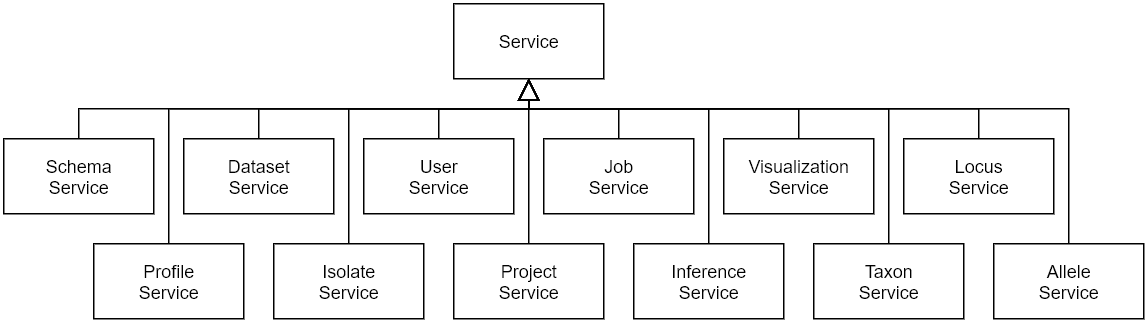
The draw.io diagram wiki/images/phylodb-generalization-services.png in phyloviz/phyloDB, before a commit. Source tidied: cells renumbered, new cells last; positions are measured from the earlier drawing's top-left corner, leaving out a move shared by most shapes.
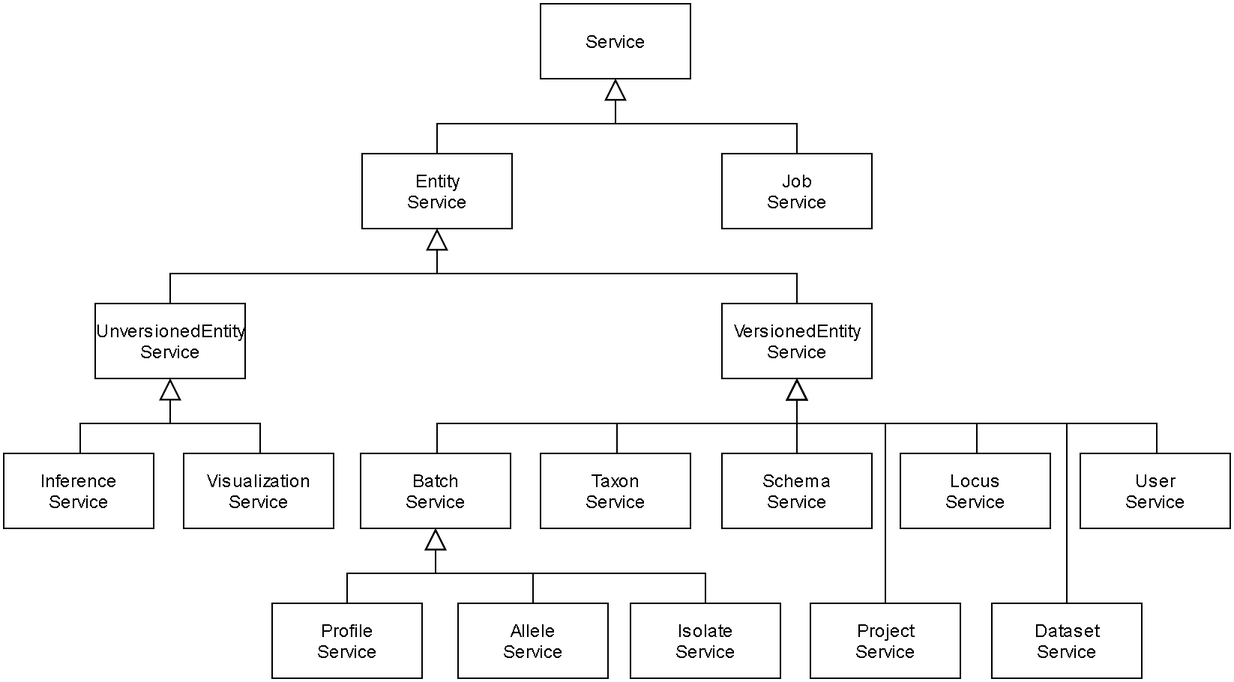
After the change.

Commit message:
Update phylodb-generalization-services png documentation image

Change to the diagram source:
```diff
@@ -3,124 +3,165 @@
     <mxCell id="0" />
     <mxCell id="1" parent="0" />
     <mxCell id="2" value="Service" style="html=1;" parent="1" vertex="1">
-      <mxGeometry x="300" width="100" height="50" as="geometry" />
+      <mxGeometry x="329" y="-200" width="100" height="50" as="geometry" />
     </mxCell>
-    <mxCell id="3" style="edgeStyle=orthogonalEdgeStyle;rounded=0;jettySize=auto;html=1;exitX=0.5;exitY=0;exitDx=0;exitDy=0;entryX=0.5;entryY=1;entryDx=0;entryDy=0;endArrow=block;endFill=0;endSize=12;" parent="1" edge="1" source="4" target="2">
-      <mxGeometry relative="1" as="geometry" />
-    </mxCell>
-    <mxCell id="4" value="User&lt;br&gt;Service" style="html=1;" parent="1" vertex="1">
-      <mxGeometry x="240" y="90" width="100" height="50" as="geometry" />
-    </mxCell>
-    <mxCell id="5" style="edgeStyle=orthogonalEdgeStyle;rounded=0;jettySize=auto;html=1;exitX=0.5;exitY=0;exitDx=0;exitDy=0;entryX=0.5;entryY=1;entryDx=0;entryDy=0;endArrow=block;endFill=0;endSize=12;" parent="1" edge="1" source="6" target="2">
-      <mxGeometry relative="1" as="geometry" />
-    </mxCell>
-    <mxCell id="6" value="Project&lt;br&gt;Service" style="html=1;" parent="1" vertex="1">
-      <mxGeometry x="300" y="160" width="100" height="50" as="geometry" />
-    </mxCell>
-    <mxCell id="7" style="edgeStyle=orthogonalEdgeStyle;rounded=0;jettySize=auto;html=1;exitX=0.5;exitY=0;exitDx=0;exitDy=0;entryX=0.5;entryY=1;entryDx=0;entryDy=0;endArrow=block;endFill=0;endSize=12;" parent="1" edge="1" source="8" target="2">
-      <mxGeometry relative="1" as="geometry">
-        <Array as="points">
-          <mxPoint x="590" y="70" />
-          <mxPoint x="350" y="70" />
-        </Array>
-      </mxGeometry>
-    </mxCell>
-    <mxCell id="8" value="Taxon&lt;br&gt;Service" style="html=1;" parent="1" vertex="1">
-      <mxGeometry x="540" y="160" width="100" height="50" as="geometry" />
-    </mxCell>
-    <mxCell id="9" style="edgeStyle=orthogonalEdgeStyle;rounded=0;jettySize=auto;html=1;exitX=0.5;exitY=0;exitDx=0;exitDy=0;entryX=0.5;entryY=1;entryDx=0;entryDy=0;endArrow=block;endFill=0;endSize=12;" parent="1" edge="1" source="10" target="2">
-      <mxGeometry relative="1" as="geometry">
-        <Array as="points">
-          <mxPoint x="650" y="70" />
-          <mxPoint x="350" y="70" />
-        </Array>
-      </mxGeometry>
-    </mxCell>
-    <mxCell id="10" value="Locus&lt;br&gt;Service" style="html=1;" parent="1" vertex="1">
-      <mxGeometry x="600" y="90" width="100" height="50" as="geometry" />
-    </mxCell>
-    <mxCell id="11" style="edgeStyle=orthogonalEdgeStyle;rounded=0;jettySize=auto;html=1;exitX=0.5;exitY=0;exitDx=0;exitDy=0;entryX=0.5;entryY=1;entryDx=0;entryDy=0;endArrow=block;endFill=0;endSize=12;" parent="1" edge="1" source="12" target="2">
-      <mxGeometry relative="1" as="geometry">
-        <Array as="points">
-          <mxPoint x="110" y="70" />
-          <mxPoint x="350" y="70" />
-        </Array>
-      </mxGeometry>
-    </mxCell>
-    <mxCell id="12" value="Profile&lt;br&gt;Service" style="html=1;" parent="1" vertex="1">
-      <mxGeometry x="60" y="160" width="100" height="50" as="geometry" />
-    </mxCell>
-    <mxCell id="13" style="edgeStyle=orthogonalEdgeStyle;rounded=0;jettySize=auto;html=1;exitX=0.5;exitY=0;exitDx=0;exitDy=0;entryX=0.5;entryY=1;entryDx=0;entryDy=0;endArrow=block;endFill=0;endSize=12;" parent="1" edge="1" source="14" target="2">
-      <mxGeometry relative="1" as="geometry">
-        <Array as="points">
-          <mxPoint x="170" y="70" />
-          <mxPoint x="350" y="70" />
-        </Array>
-      </mxGeometry>
-    </mxCell>
-    <mxCell id="14" value="Dataset&lt;br&gt;Service" style="html=1;" parent="1" vertex="1">
-      <mxGeometry x="120" y="90" width="100" height="50" as="geometry" />
-    </mxCell>
-    <mxCell id="15" style="edgeStyle=orthogonalEdgeStyle;rounded=0;jettySize=auto;html=1;exitX=0.5;exitY=0;exitDx=0;exitDy=0;entryX=0.5;entryY=1;entryDx=0;entryDy=0;endArrow=block;endFill=0;endSize=12;" parent="1" edge="1" source="16" target="2">
-      <mxGeometry relative="1" as="geometry">
-        <Array as="points">
-          <mxPoint x="50" y="70" />
-          <mxPoint x="350" y="70" />
-        </Array>
-      </mxGeometry>
-    </mxCell>
-    <mxCell id="16" value="Schema&lt;br&gt;Service" style="html=1;" parent="1" vertex="1">
-      <mxGeometry y="90" width="100" height="50" as="geometry" />
-    </mxCell>
-    <mxCell id="17" style="edgeStyle=orthogonalEdgeStyle;rounded=0;jettySize=auto;html=1;exitX=0.5;exitY=0;exitDx=0;exitDy=0;entryX=0.5;entryY=1;entryDx=0;entryDy=0;endArrow=block;endFill=0;endSize=12;" parent="1" edge="1" source="18" target="2">
-      <mxGeometry relative="1" as="geometry">
-        <Array as="points">
-          <mxPoint x="710" y="70" />
-          <mxPoint x="350" y="70" />
-        </Array>
-      </mxGeometry>
-    </mxCell>
-    <mxCell id="18" value="Allele&lt;br&gt;Service" style="html=1;" parent="1" vertex="1">
-      <mxGeometry x="660" y="160" width="100" height="50" as="geometry" />
-    </mxCell>
-    <mxCell id="19" style="edgeStyle=orthogonalEdgeStyle;rounded=0;jettySize=auto;html=1;exitX=0.5;exitY=0;exitDx=0;exitDy=0;entryX=0.5;entryY=1;entryDx=0;entryDy=0;endArrow=block;endFill=0;endSize=12;" parent="1" edge="1" source="20" target="2">
-      <mxGeometry relative="1" as="geometry">
-        <Array as="points">
-          <mxPoint x="230" y="70" />
-          <mxPoint x="350" y="70" />
-        </Array>
-      </mxGeometry>
-    </mxCell>
-    <mxCell id="20" value="Isolate&lt;br&gt;Service" style="html=1;" parent="1" vertex="1">
-      <mxGeometry x="180" y="160" width="100" height="50" as="geometry" />
-    </mxCell>
-    <mxCell id="21" style="edgeStyle=orthogonalEdgeStyle;rounded=0;jettySize=auto;html=1;exitX=0.5;exitY=0;exitDx=0;exitDy=0;entryX=0.5;entryY=1;entryDx=0;entryDy=0;endArrow=block;endFill=0;endSize=12;" parent="1" edge="1" source="22" target="2">
-      <mxGeometry relative="1" as="geometry">
-        <Array as="points">
-          <mxPoint x="470" y="70" />
-          <mxPoint x="350" y="70" />
-        </Array>
-      </mxGeometry>
-    </mxCell>
-    <mxCell id="22" value="Inference&lt;br&gt;Service" style="html=1;" parent="1" vertex="1">
-      <mxGeometry x="420" y="160" width="100" height="50" as="geometry" />
-    </mxCell>
-    <mxCell id="23" style="edgeStyle=orthogonalEdgeStyle;rounded=0;jettySize=auto;html=1;exitX=0.5;exitY=0;exitDx=0;exitDy=0;entryX=0.5;entryY=1;entryDx=0;entryDy=0;endArrow=block;endFill=0;endSize=12;" parent="1" edge="1" source="24" target="2">
-      <mxGeometry relative="1" as="geometry">
-        <Array as="points">
-          <mxPoint x="530" y="70" />
-          <mxPoint x="350" y="70" />
-        </Array>
-      </mxGeometry>
-    </mxCell>
-    <mxCell id="24" value="Visualization&lt;br&gt;Service" style="html=1;" parent="1" vertex="1">
-      <mxGeometry x="480" y="90" width="100" height="50" as="geometry" />
-    </mxCell>
+    <mxCell id="27" style="edgeStyle=orthogonalEdgeStyle;rounded=0;jettySize=auto;html=1;exitX=0.5;exitY=0;exitDx=0;exitDy=0;entryX=0.5;entryY=1;entryDx=0;entryDy=0;endArrow=block;endFill=0;endSize=12;" parent="1" edge="1" source="28" target="2">
+      <mxGeometry relative="1" as="geometry" />
+    </mxCell>
+    <mxCell id="28" value="Entity&lt;br&gt;Service" style="html=1;" parent="1" vertex="1">
+      <mxGeometry x="210" y="-100" width="100" height="50" as="geometry" />
+    </mxCell>
+    <mxCell id="29" style="edgeStyle=orthogonalEdgeStyle;rounded=0;jettySize=auto;html=1;exitX=0.5;exitY=0;exitDx=0;exitDy=0;entryX=0.5;entryY=1;entryDx=0;entryDy=0;endArrow=block;endFill=0;endSize=12;" parent="1" edge="1" source="30" target="28">
+      <mxGeometry relative="1" as="geometry">
+        <Array as="points">
+          <mxPoint x="82" y="-20" />
+          <mxPoint x="260" y="-20" />
+        </Array>
+      </mxGeometry>
+    </mxCell>
+    <mxCell id="30" value="UnversionedEntity&lt;br&gt;Service" style="html=1;" parent="1" vertex="1">
+      <mxGeometry x="32" width="100" height="50" as="geometry" />
+    </mxCell>
+    <mxCell id="31" style="edgeStyle=orthogonalEdgeStyle;rounded=0;jettySize=auto;html=1;exitX=0.5;exitY=0;exitDx=0;exitDy=0;entryX=0.5;entryY=1;entryDx=0;entryDy=0;endArrow=block;endFill=0;endSize=12;" parent="1" edge="1" source="32" target="28">
+      <mxGeometry relative="1" as="geometry">
+        <Array as="points">
+          <mxPoint x="482" y="-20" />
+          <mxPoint x="300" y="-20" />
+        </Array>
+      </mxGeometry>
+    </mxCell>
+    <mxCell id="32" value="VersionedEntity&lt;br&gt;Service" style="html=1;" parent="1" vertex="1">
+      <mxGeometry x="450" width="100" height="50" as="geometry" />
+    </mxCell>
     <mxCell id="25" style="edgeStyle=orthogonalEdgeStyle;rounded=0;jettySize=auto;html=1;exitX=0.5;exitY=0;exitDx=0;exitDy=0;entryX=0.5;entryY=1;entryDx=0;entryDy=0;endArrow=block;endFill=0;endSize=12;" parent="1" edge="1" source="26" target="2">
       <mxGeometry relative="1" as="geometry" />
     </mxCell>
     <mxCell id="26" value="Job&lt;br&gt;Service" style="html=1;" parent="1" vertex="1">
-      <mxGeometry x="360" y="90" width="100" height="50" as="geometry" />
+      <mxGeometry x="450" y="-100" width="100" height="50" as="geometry" />
     </mxCell>
+    <mxCell id="33" style="edgeStyle=orthogonalEdgeStyle;rounded=0;jettySize=auto;html=1;exitX=0.5;exitY=0;exitDx=0;exitDy=0;entryX=0.5;entryY=1;entryDx=0;entryDy=0;endArrow=block;endFill=0;endSize=12;" parent="1" edge="1" source="24" target="30">
+      <mxGeometry relative="1" as="geometry">
+        <Array as="points">
+          <mxPoint x="142" y="100" />
+          <mxPoint x="142" y="80" />
+          <mxPoint x="82" y="80" />
+        </Array>
+      </mxGeometry>
+    </mxCell>
+    <mxCell id="24" value="Visualization&lt;br&gt;Service" style="html=1;" parent="1" vertex="1">
+      <mxGeometry x="91" y="100" width="100" height="50" as="geometry" />
+    </mxCell>
+    <mxCell id="34" style="edgeStyle=orthogonalEdgeStyle;rounded=0;jettySize=auto;html=1;exitX=0.5;exitY=0;exitDx=0;exitDy=0;entryX=0.5;entryY=1;entryDx=0;entryDy=0;endArrow=block;endFill=0;endSize=12;" parent="1" edge="1" source="22" target="30">
+      <mxGeometry relative="1" as="geometry">
+        <Array as="points">
+          <mxPoint x="22" y="100" />
+          <mxPoint x="22" y="80" />
+          <mxPoint x="82" y="80" />
+        </Array>
+      </mxGeometry>
+    </mxCell>
+    <mxCell id="22" value="Inference&lt;br&gt;Service" style="html=1;" parent="1" vertex="1">
+      <mxGeometry x="-29" y="100" width="100" height="50" as="geometry" />
+    </mxCell>
+    <mxCell id="35" style="edgeStyle=orthogonalEdgeStyle;rounded=0;jettySize=auto;html=1;exitX=0.5;exitY=0;exitDx=0;exitDy=0;startArrow=none;startFill=0;endArrow=block;endFill=0;endSize=12;entryX=0.5;entryY=1;entryDx=0;entryDy=0;" parent="1" edge="1" source="16" target="32">
+      <mxGeometry relative="1" as="geometry" />
+    </mxCell>
+    <mxCell id="16" value="Schema&lt;br&gt;Service" style="html=1;" parent="1" vertex="1">
+      <mxGeometry x="450" y="100" width="100" height="50" as="geometry" />
+    </mxCell>
+    <mxCell id="36" style="edgeStyle=orthogonalEdgeStyle;rounded=0;jettySize=auto;html=1;exitX=0.5;exitY=0;exitDx=0;exitDy=0;entryX=0.5;entryY=1;entryDx=0;entryDy=0;startArrow=none;startFill=0;endArrow=block;endFill=0;endSize=12;" parent="1" edge="1" source="12" target="45">
+      <mxGeometry relative="1" as="geometry">
+        <Array as="points">
+          <mxPoint x="200" y="180" />
+          <mxPoint x="259" y="180" />
+        </Array>
+      </mxGeometry>
+    </mxCell>
+    <mxCell id="12" value="Profile&lt;br&gt;Service" style="html=1;" parent="1" vertex="1">
+      <mxGeometry x="150" y="200" width="100" height="50" as="geometry" />
+    </mxCell>
+    <mxCell id="37" style="edgeStyle=orthogonalEdgeStyle;rounded=0;jettySize=auto;html=1;exitX=0.5;exitY=0;exitDx=0;exitDy=0;entryX=0.5;entryY=1;entryDx=0;entryDy=0;startArrow=none;startFill=0;endArrow=block;endFill=0;endSize=12;" parent="1" edge="1" source="14" target="32">
+      <mxGeometry relative="1" as="geometry">
+        <Array as="points">
+          <mxPoint x="680" y="200" />
+          <mxPoint x="680" y="80" />
+          <mxPoint x="500" y="80" />
+        </Array>
+      </mxGeometry>
+    </mxCell>
+    <mxCell id="14" value="Dataset&lt;br&gt;Service" style="html=1;" parent="1" vertex="1">
+      <mxGeometry x="630" y="200" width="100" height="50" as="geometry" />
+    </mxCell>
+    <mxCell id="38" style="edgeStyle=orthogonalEdgeStyle;rounded=0;jettySize=auto;html=1;exitX=0.5;exitY=0;exitDx=0;exitDy=0;entryX=0.5;entryY=1;entryDx=0;entryDy=0;startArrow=none;startFill=0;endArrow=block;endFill=0;endSize=12;" parent="1" edge="1" source="20" target="45">
+      <mxGeometry relative="1" as="geometry" />
+    </mxCell>
+    <mxCell id="20" value="Isolate&lt;br&gt;Service" style="html=1;" parent="1" vertex="1">
+      <mxGeometry x="389" y="200" width="100" height="50" as="geometry" />
+    </mxCell>
+    <mxCell id="39" style="edgeStyle=orthogonalEdgeStyle;rounded=0;jettySize=auto;html=1;exitX=0.5;exitY=0;exitDx=0;exitDy=0;entryX=0.5;entryY=1;entryDx=0;entryDy=0;startArrow=none;startFill=0;endArrow=block;endFill=0;endSize=12;" parent="1" edge="1" source="4" target="32">
+      <mxGeometry relative="1" as="geometry">
+        <Array as="points">
+          <mxPoint x="740" y="100" />
+          <mxPoint x="740" y="80" />
+          <mxPoint x="500" y="80" />
+        </Array>
+      </mxGeometry>
+    </mxCell>
+    <mxCell id="4" value="User&lt;br&gt;Service" style="html=1;" parent="1" vertex="1">
+      <mxGeometry x="689" y="100" width="100" height="50" as="geometry" />
+    </mxCell>
+    <mxCell id="40" style="edgeStyle=orthogonalEdgeStyle;rounded=0;jettySize=auto;html=1;entryX=0.5;entryY=1;entryDx=0;entryDy=0;startArrow=none;startFill=0;endArrow=block;endFill=0;endSize=12;" parent="1" edge="1" source="6" target="32">
+      <mxGeometry relative="1" as="geometry">
+        <Array as="points">
+          <mxPoint x="559" y="80" />
+          <mxPoint x="500" y="80" />
+        </Array>
+      </mxGeometry>
+    </mxCell>
+    <mxCell id="6" value="Project&lt;br&gt;Service" style="html=1;" parent="1" vertex="1">
+      <mxGeometry x="509" y="200" width="100" height="50" as="geometry" />
+    </mxCell>
+    <mxCell id="41" style="edgeStyle=orthogonalEdgeStyle;rounded=0;jettySize=auto;html=1;exitX=0.5;exitY=0;exitDx=0;exitDy=0;entryX=0.5;entryY=1;entryDx=0;entryDy=0;startArrow=none;startFill=0;endArrow=block;endFill=0;endSize=12;" parent="1" edge="1" source="8" target="32">
+      <mxGeometry relative="1" as="geometry">
+        <Array as="points">
+          <mxPoint x="380" y="100" />
+          <mxPoint x="380" y="80" />
+          <mxPoint x="500" y="80" />
+        </Array>
+      </mxGeometry>
+    </mxCell>
+    <mxCell id="8" value="Taxon&lt;br&gt;Service" style="html=1;" parent="1" vertex="1">
+      <mxGeometry x="329" y="100" width="100" height="50" as="geometry" />
+    </mxCell>
+    <mxCell id="42" style="edgeStyle=orthogonalEdgeStyle;rounded=0;jettySize=auto;html=1;exitX=0.5;exitY=0;exitDx=0;exitDy=0;entryX=0.5;entryY=1;entryDx=0;entryDy=0;startArrow=none;startFill=0;endArrow=block;endFill=0;endSize=12;" parent="1" edge="1" source="10" target="32">
+      <mxGeometry relative="1" as="geometry">
+        <Array as="points">
+          <mxPoint x="620" y="100" />
+          <mxPoint x="620" y="80" />
+          <mxPoint x="500" y="80" />
+        </Array>
+      </mxGeometry>
+    </mxCell>
+    <mxCell id="10" value="Locus&lt;br&gt;Service" style="html=1;" parent="1" vertex="1">
+      <mxGeometry x="569" y="100" width="100" height="50" as="geometry" />
+    </mxCell>
+    <mxCell id="43" style="edgeStyle=orthogonalEdgeStyle;rounded=0;jettySize=auto;html=1;exitX=0.5;exitY=0;exitDx=0;exitDy=0;entryX=0.5;entryY=1;entryDx=0;entryDy=0;startArrow=none;startFill=0;endArrow=block;endFill=0;endSize=12;" parent="1" edge="1" source="18" target="45">
+      <mxGeometry relative="1" as="geometry" />
+    </mxCell>
+    <mxCell id="18" value="Allele&lt;br&gt;Service" style="html=1;" parent="1" vertex="1">
+      <mxGeometry x="274" y="200" width="100" height="50" as="geometry" />
+    </mxCell>
+    <mxCell id="44" style="edgeStyle=orthogonalEdgeStyle;rounded=0;jettySize=auto;html=1;exitX=0.5;exitY=0;exitDx=0;exitDy=0;startArrow=none;startFill=0;endArrow=block;endFill=0;endSize=12;" parent="1" edge="1" source="45" target="32">
+      <mxGeometry relative="1" as="geometry">
+        <Array as="points">
+          <mxPoint x="260" y="100" />
+          <mxPoint x="260" y="80" />
+          <mxPoint x="500" y="80" />
+        </Array>
+      </mxGeometry>
+    </mxCell>
+    <mxCell id="45" value="Batch&lt;br&gt;Service" style="html=1;" parent="1" vertex="1">
+      <mxGeometry x="209" y="100" width="100" height="50" as="geometry" />
+    </mxCell>
   </root>
 </mxGraphModel>
```
